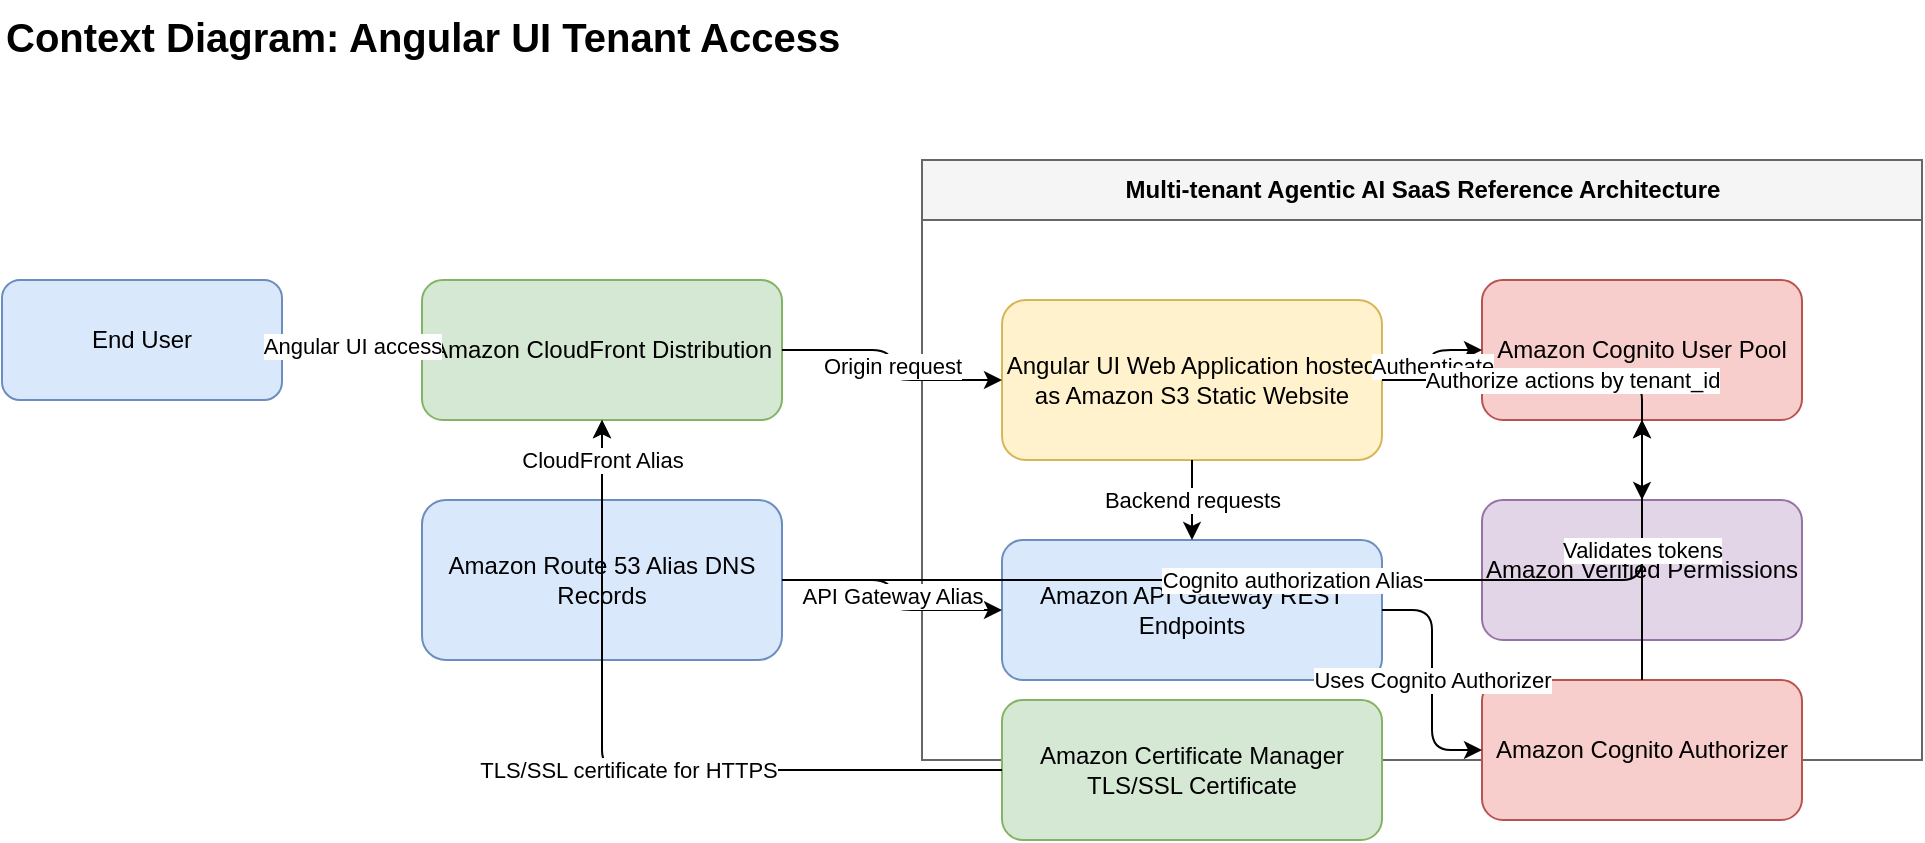
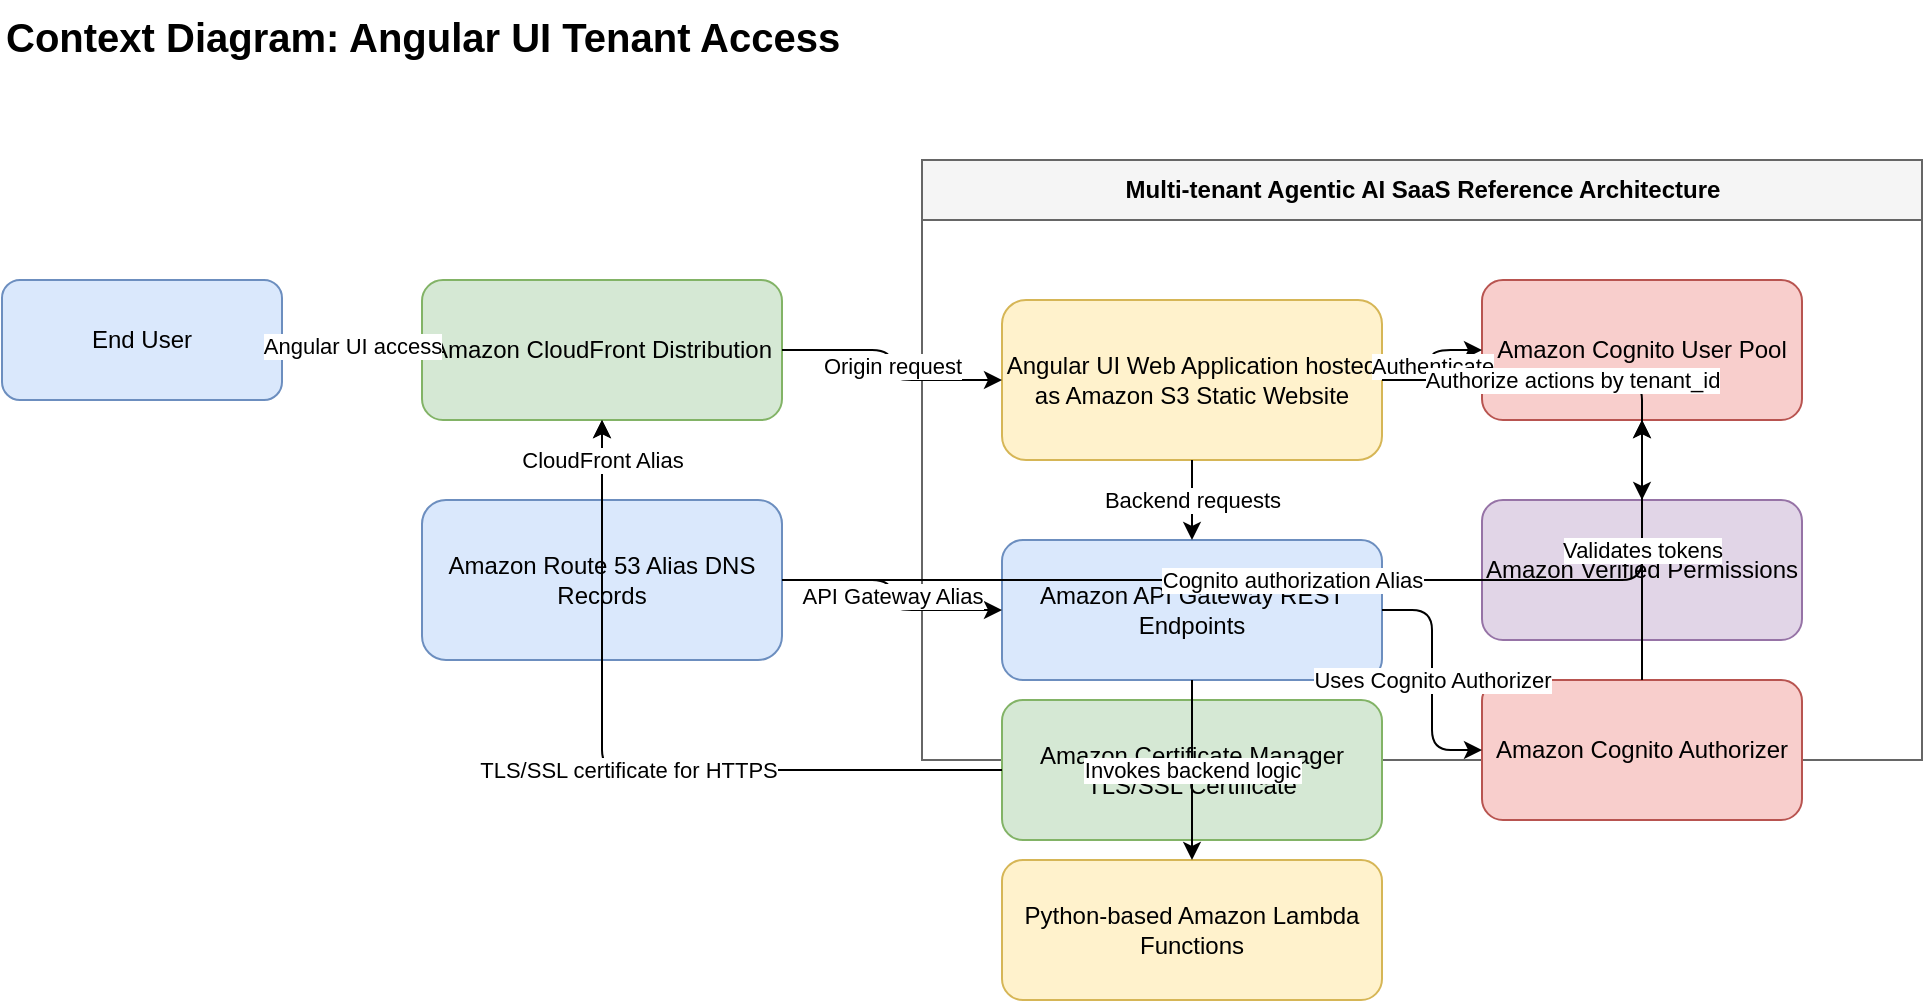
<mxGraphModel dx="1200" dy="800" grid="1" gridSize="10" guides="1" tooltips="1" connect="1" arrows="1" fold="1" page="1" pageScale="1" pageWidth="1100" pageHeight="850" math="0" shadow="0" adaptiveColors="auto">
  <root>
    <mxCell id="0"/>
    <mxCell id="1" parent="0"/>
    <mxCell id="title" value="Context Diagram: Angular UI Tenant Access" style="text;html=1;fontSize=20;fontStyle=1;strokeColor=none;fillColor=none;" vertex="1" parent="1">
      <mxGeometry x="40" y="20" width="500" height="40" as="geometry"/>
    </mxCell>
    <mxCell id="user" value="End User" style="rounded=1;whiteSpace=wrap;html=1;fillColor=#dae8fc;strokeColor=#6c8ebf;" vertex="1" parent="1">
      <mxGeometry x="40" y="160" width="140" height="60" as="geometry"/>
    </mxCell>
    <mxCell id="cloudfront" value="Amazon CloudFront Distribution" style="rounded=1;whiteSpace=wrap;html=1;fillColor=#d5e8d4;strokeColor=#82b366;" vertex="1" parent="1">
      <mxGeometry x="250" y="160" width="180" height="70" as="geometry"/>
    </mxCell>
    <mxCell id="route53" value="Amazon Route 53 Alias DNS Records" style="rounded=1;whiteSpace=wrap;html=1;fillColor=#dae8fc;strokeColor=#6c8ebf;" vertex="1" parent="1">
      <mxGeometry x="250" y="270" width="180" height="80" as="geometry"/>
    </mxCell>
    <mxCell id="system" value="Multi-tenant Agentic AI SaaS Reference Architecture" style="swimlane;startSize=30;fillColor=#f5f5f5;strokeColor=#666666;html=1;" vertex="1" parent="1">
      <mxGeometry x="500" y="100" width="500" height="300" as="geometry"/>
    </mxCell>
    <mxCell id="ui" value="Angular UI Web Application hosted as Amazon S3 Static Website" style="rounded=1;whiteSpace=wrap;html=1;fillColor=#fff2cc;strokeColor=#d6b656;" vertex="1" parent="system">
      <mxGeometry x="40" y="70" width="190" height="80" as="geometry"/>
    </mxCell>
    <mxCell id="cognito" value="Amazon Cognito User Pool" style="rounded=1;whiteSpace=wrap;html=1;fillColor=#f8cecc;strokeColor=#b85450;" vertex="1" parent="system">
      <mxGeometry x="280" y="60" width="160" height="70" as="geometry"/>
    </mxCell>
    <mxCell id="avp" value="Amazon Verified Permissions" style="rounded=1;whiteSpace=wrap;html=1;fillColor=#e1d5e7;strokeColor=#9673a6;" vertex="1" parent="system">
      <mxGeometry x="280" y="170" width="160" height="70" as="geometry"/>
    </mxCell>
    <mxCell id="apigw" value="Amazon API Gateway REST Endpoints" style="rounded=1;whiteSpace=wrap;html=1;fillColor=#dae8fc;strokeColor=#6c8ebf;" vertex="1" parent="system">
      <mxGeometry x="40" y="190" width="190" height="70" as="geometry"/>
+     </mxCell>
+     <mxCell id="lambda" value="Python-based Amazon Lambda Functions" style="rounded=1;whiteSpace=wrap;html=1;fillColor=#fff2cc;strokeColor=#d6b656;" vertex="1" parent="system">
+       <mxGeometry x="40" y="350" width="190" height="70" as="geometry"/>
    </mxCell>
    <mxCell id="cognito_authorizer" value="Amazon Cognito Authorizer" style="rounded=1;whiteSpace=wrap;html=1;fillColor=#f8cecc;strokeColor=#b85450;" vertex="1" parent="system">
      <mxGeometry x="280" y="260" width="160" height="70" as="geometry"/>
    </mxCell>
    <mxCell id="acm" value="Amazon Certificate Manager TLS/SSL Certificate" style="rounded=1;whiteSpace=wrap;html=1;fillColor=#d5e8d4;strokeColor=#82b366;" vertex="1" parent="system">
      <mxGeometry x="40" y="270" width="190" height="70" as="geometry"/>
    </mxCell>
    <mxCell id="e1" value="Angular UI access" style="edgeStyle=orthogonalEdgeStyle;rounded=1;html=1;endArrow=classic;" edge="1" parent="1" source="user" target="cloudfront">
      <mxGeometry relative="1" as="geometry"/>
    </mxCell>
    <mxCell id="e2" value="Origin request" style="edgeStyle=orthogonalEdgeStyle;rounded=1;html=1;endArrow=classic;" edge="1" parent="1" source="cloudfront" target="ui">
      <mxGeometry relative="1" as="geometry"/>
    </mxCell>
    <mxCell id="e3" value="Authenticate" style="edgeStyle=orthogonalEdgeStyle;rounded=1;html=1;endArrow=classic;" edge="1" parent="1" source="ui" target="cognito">
      <mxGeometry relative="1" as="geometry"/>
    </mxCell>
    <mxCell id="e4" value="Authorize actions by tenant_id" style="edgeStyle=orthogonalEdgeStyle;rounded=1;html=1;endArrow=classic;" edge="1" parent="1" source="ui" target="avp">
      <mxGeometry relative="1" as="geometry"/>
    </mxCell>
    <mxCell id="e5" value="Backend requests" style="edgeStyle=orthogonalEdgeStyle;rounded=1;html=1;endArrow=classic;" edge="1" parent="1" source="ui" target="apigw">
      <mxGeometry relative="1" as="geometry"/>
    </mxCell>
    <mxCell id="e6" value="TLS/SSL certificate for HTTPS" style="edgeStyle=orthogonalEdgeStyle;rounded=1;html=1;endArrow=classic;" edge="1" parent="1" source="acm" target="cloudfront">
      <mxGeometry relative="1" as="geometry"/>
    </mxCell>
    <mxCell id="e7" value="CloudFront Alias" style="edgeStyle=orthogonalEdgeStyle;rounded=1;html=1;endArrow=classic;" edge="1" parent="1" source="route53" target="cloudfront">
      <mxGeometry relative="1" as="geometry"/>
    </mxCell>
    <mxCell id="e8" value="Cognito authorization Alias" style="edgeStyle=orthogonalEdgeStyle;rounded=1;html=1;endArrow=classic;" edge="1" parent="1" source="route53" target="cognito">
      <mxGeometry relative="1" as="geometry"/>
    </mxCell>
    <mxCell id="e9" value="API Gateway Alias" style="edgeStyle=orthogonalEdgeStyle;rounded=1;html=1;endArrow=classic;" edge="1" parent="1" source="route53" target="apigw">
      <mxGeometry relative="1" as="geometry"/>
    </mxCell>
    <mxCell id="e10" value="Uses Cognito Authorizer" style="edgeStyle=orthogonalEdgeStyle;rounded=1;html=1;endArrow=classic;" edge="1" parent="1" source="apigw" target="cognito_authorizer">
      <mxGeometry relative="1" as="geometry"/>
    </mxCell>
    <mxCell id="e11" value="Validates tokens" style="edgeStyle=orthogonalEdgeStyle;rounded=1;html=1;endArrow=classic;" edge="1" parent="1" source="cognito_authorizer" target="cognito">
      <mxGeometry relative="1" as="geometry"/>
    </mxCell>
+     <mxCell id="e12" value="Invokes backend logic" style="edgeStyle=orthogonalEdgeStyle;rounded=1;html=1;endArrow=classic;" edge="1" parent="1" source="apigw" target="lambda">
+       <mxGeometry relative="1" as="geometry"/>
+     </mxCell>
  </root>
</mxGraphModel>
